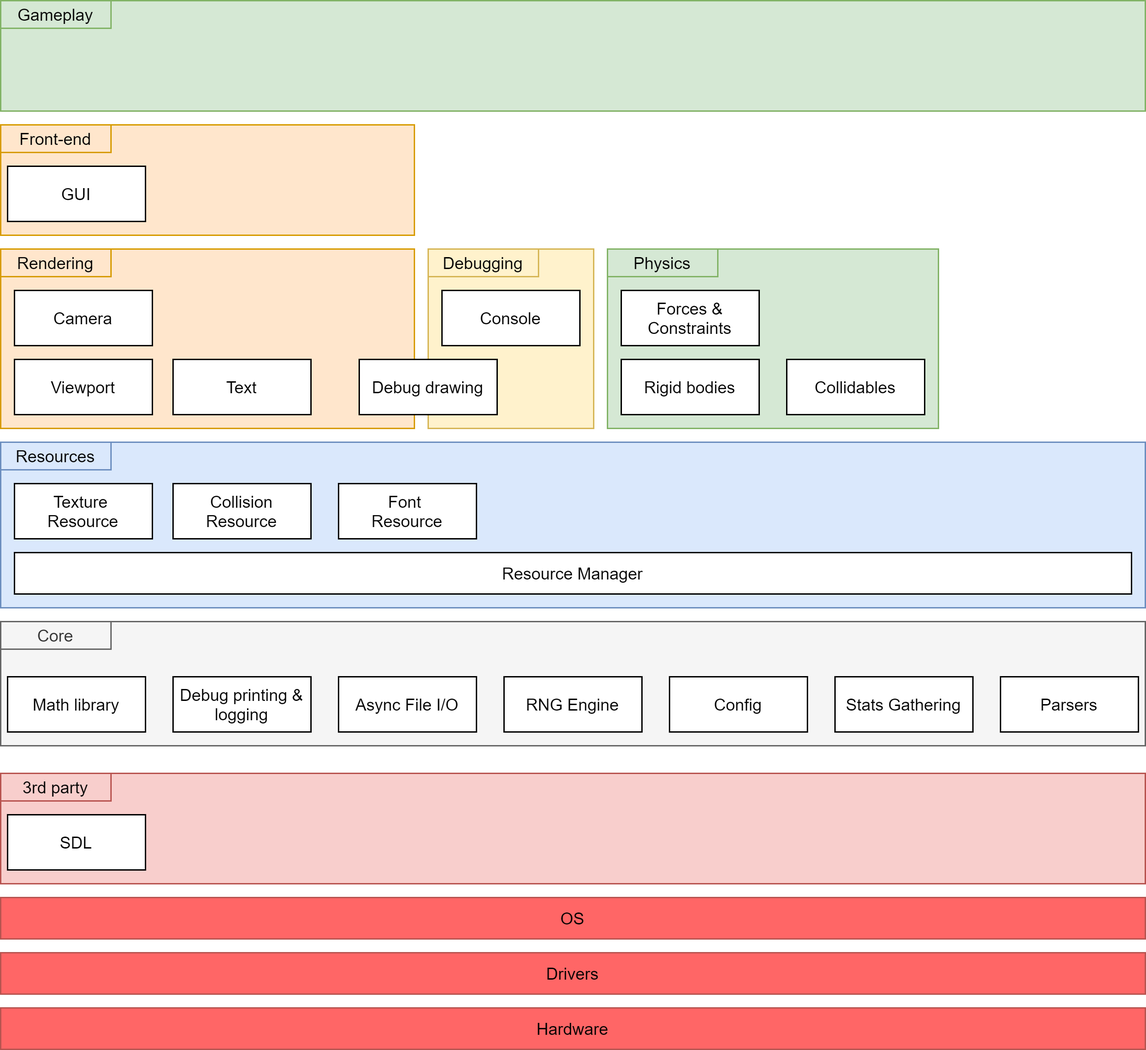
Ursanon/Bloodstone keeps this draw.io diagram as docs/bloodstone.png. Above is the earlier version. Source tidied: cells renumbered, new cells last; positions are measured from the earlier drawing's top-left corner, leaving out a move shared by most shapes.
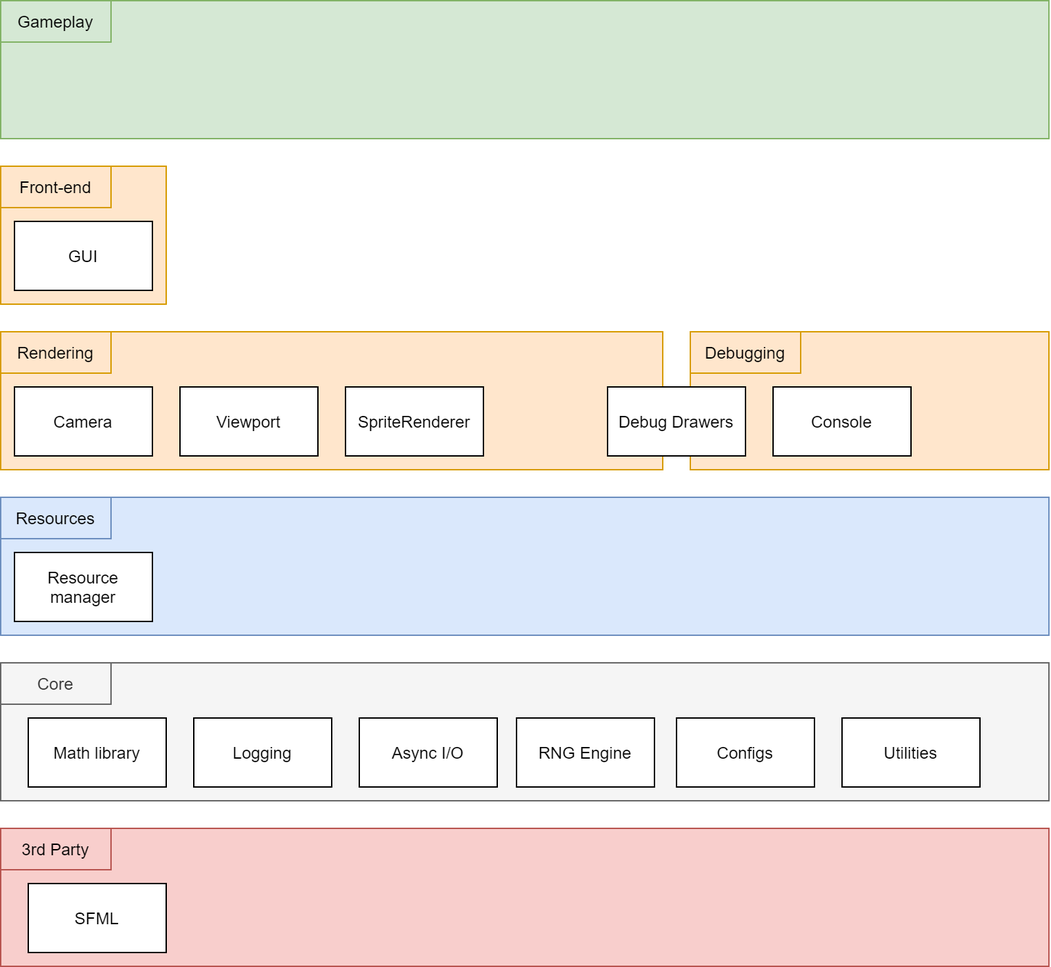
The same file after the commit.

What changed in the source:
```diff
@@ -2,125 +2,89 @@
   <root>
     <mxCell id="0" />
     <mxCell id="1" parent="0" />
-    <mxCell id="2" style="rounded=0;whiteSpace=wrap;html=1;fillColor=#f5f5f5;strokeColor=#666666;fontColor=#333333;" parent="1" vertex="1">
-      <mxGeometry y="450" width="830" height="90" as="geometry" />
+    <mxCell id="2" style="rounded=0;whiteSpace=wrap;html=1;fillColor=#d5e8d4;strokeColor=#82b366;" parent="1" vertex="1">
+      <mxGeometry x="30" y="350" width="760" height="100" as="geometry" />
     </mxCell>
-    <mxCell id="3" value="Math library" style="rounded=0;whiteSpace=wrap;html=1;" parent="1" vertex="1">
-      <mxGeometry x="5" y="490" width="100" height="40" as="geometry" />
+    <mxCell id="3" value="Gameplay" style="rounded=0;whiteSpace=wrap;html=1;fillColor=#d5e8d4;strokeColor=#82b366;" parent="1" vertex="1">
+      <mxGeometry x="30" y="350" width="80" height="30" as="geometry" />
     </mxCell>
-    <mxCell id="4" value="Debug printing &amp;amp; logging" style="rounded=0;whiteSpace=wrap;html=1;" parent="1" vertex="1">
-      <mxGeometry x="125" y="490" width="100" height="40" as="geometry" />
+    <mxCell id="4" style="rounded=0;whiteSpace=wrap;html=1;fillColor=#f5f5f5;strokeColor=#666666;fontColor=#333333;" parent="1" vertex="1">
+      <mxGeometry x="30" y="830" width="760" height="100" as="geometry" />
     </mxCell>
-    <mxCell id="5" value="Async File I/O" style="rounded=0;whiteSpace=wrap;html=1;" parent="1" vertex="1">
-      <mxGeometry x="245" y="490" width="100" height="40" as="geometry" />
+    <mxCell id="5" value="Core" style="rounded=0;whiteSpace=wrap;html=1;fillColor=#f5f5f5;strokeColor=#666666;fontColor=#333333;" parent="1" vertex="1">
+      <mxGeometry x="30" y="830" width="80" height="30" as="geometry" />
     </mxCell>
-    <mxCell id="6" value="RNG Engine" style="rounded=0;whiteSpace=wrap;html=1;" parent="1" vertex="1">
-      <mxGeometry x="365" y="490" width="100" height="40" as="geometry" />
+    <mxCell id="6" style="rounded=0;whiteSpace=wrap;html=1;fillColor=#f8cecc;strokeColor=#b85450;" parent="1" vertex="1">
+      <mxGeometry x="30" y="950" width="760" height="100" as="geometry" />
     </mxCell>
-    <mxCell id="7" value="Config" style="rounded=0;whiteSpace=wrap;html=1;" parent="1" vertex="1">
-      <mxGeometry x="485" y="490" width="100" height="40" as="geometry" />
+    <mxCell id="7" value="3rd Party" style="rounded=0;whiteSpace=wrap;html=1;fillColor=#f8cecc;strokeColor=#b85450;" parent="1" vertex="1">
+      <mxGeometry x="30" y="950" width="80" height="30" as="geometry" />
     </mxCell>
-    <mxCell id="8" value="Parsers" style="rounded=0;whiteSpace=wrap;html=1;" parent="1" vertex="1">
-      <mxGeometry x="725" y="490" width="100" height="40" as="geometry" />
+    <mxCell id="8" value="SFML" style="rounded=0;whiteSpace=wrap;html=1;" parent="1" vertex="1">
+      <mxGeometry x="50" y="990" width="100" height="50" as="geometry" />
     </mxCell>
-    <mxCell id="9" value="Stats Gathering" style="rounded=0;whiteSpace=wrap;html=1;" parent="1" vertex="1">
-      <mxGeometry x="605" y="490" width="100" height="40" as="geometry" />
+    <mxCell id="9" value="Math library" style="rounded=0;whiteSpace=wrap;html=1;" parent="1" vertex="1">
+      <mxGeometry x="50" y="870" width="100" height="50" as="geometry" />
     </mxCell>
-    <mxCell id="10" value="Core" style="rounded=0;whiteSpace=wrap;html=1;fillColor=#f5f5f5;strokeColor=#666666;fontColor=#333333;" parent="1" vertex="1">
-      <mxGeometry y="450" width="80" height="20" as="geometry" />
+    <mxCell id="10" value="Logging" style="rounded=0;whiteSpace=wrap;html=1;" parent="1" vertex="1">
+      <mxGeometry x="170" y="870" width="100" height="50" as="geometry" />
     </mxCell>
-    <mxCell id="11" style="rounded=0;whiteSpace=wrap;html=1;fillColor=#f8cecc;strokeColor=#b85450;" parent="1" vertex="1">
-      <mxGeometry y="560" width="830" height="80" as="geometry" />
+    <mxCell id="11" value="Async I/O" style="rounded=0;whiteSpace=wrap;html=1;" parent="1" vertex="1">
+      <mxGeometry x="290" y="870" width="100" height="50" as="geometry" />
     </mxCell>
-    <mxCell id="12" value="3rd party" style="rounded=0;whiteSpace=wrap;html=1;fillColor=#f8cecc;strokeColor=#b85450;" parent="1" vertex="1">
-      <mxGeometry y="560" width="80" height="20" as="geometry" />
+    <mxCell id="12" value="RNG Engine" style="rounded=0;whiteSpace=wrap;html=1;" parent="1" vertex="1">
+      <mxGeometry x="404" y="870" width="100" height="50" as="geometry" />
     </mxCell>
-    <mxCell id="13" value="SDL" style="rounded=0;whiteSpace=wrap;html=1;" parent="1" vertex="1">
-      <mxGeometry x="5" y="590" width="100" height="40" as="geometry" />
+    <mxCell id="13" value="Configs" style="rounded=0;whiteSpace=wrap;html=1;" parent="1" vertex="1">
+      <mxGeometry x="520" y="870" width="100" height="50" as="geometry" />
     </mxCell>
-    <mxCell id="14" value="OS" style="rounded=0;whiteSpace=wrap;html=1;fillColor=#FF6666;strokeColor=#b85450;" parent="1" vertex="1">
-      <mxGeometry y="650" width="830" height="30" as="geometry" />
+    <mxCell id="14" value="Utilities" style="rounded=0;whiteSpace=wrap;html=1;" parent="1" vertex="1">
+      <mxGeometry x="640" y="870" width="100" height="50" as="geometry" />
     </mxCell>
-    <mxCell id="15" value="Drivers" style="rounded=0;whiteSpace=wrap;html=1;fillColor=#FF6666;strokeColor=#b85450;" parent="1" vertex="1">
-      <mxGeometry y="690" width="830" height="30" as="geometry" />
+    <mxCell id="15" style="rounded=0;whiteSpace=wrap;html=1;fillColor=#dae8fc;strokeColor=#6c8ebf;" parent="1" vertex="1">
+      <mxGeometry x="30" y="710" width="760" height="100" as="geometry" />
     </mxCell>
-    <mxCell id="16" value="Hardware" style="rounded=0;whiteSpace=wrap;html=1;fillColor=#FF6666;strokeColor=#b85450;" parent="1" vertex="1">
-      <mxGeometry y="730" width="830" height="30" as="geometry" />
+    <mxCell id="16" value="Resources" style="rounded=0;whiteSpace=wrap;html=1;fillColor=#dae8fc;strokeColor=#6c8ebf;" parent="1" vertex="1">
+      <mxGeometry x="30" y="710" width="80" height="30" as="geometry" />
     </mxCell>
-    <mxCell id="17" style="rounded=0;whiteSpace=wrap;html=1;fillColor=#dae8fc;strokeColor=#6c8ebf;" parent="1" vertex="1">
-      <mxGeometry y="320" width="830" height="120" as="geometry" />
+    <mxCell id="17" value="Resource manager" style="rounded=0;whiteSpace=wrap;html=1;" parent="1" vertex="1">
+      <mxGeometry x="40" y="750" width="100" height="50" as="geometry" />
     </mxCell>
-    <mxCell id="18" value="Resources" style="rounded=0;whiteSpace=wrap;html=1;fillColor=#dae8fc;strokeColor=#6c8ebf;" parent="1" vertex="1">
-      <mxGeometry y="320" width="80" height="20" as="geometry" />
+    <mxCell id="18" style="rounded=0;whiteSpace=wrap;html=1;fillColor=#ffe6cc;strokeColor=#d79b00;" parent="1" vertex="1">
+      <mxGeometry x="30" y="590" width="480" height="100" as="geometry" />
     </mxCell>
-    <mxCell id="19" value="Resource Manager" style="rounded=0;whiteSpace=wrap;html=1;" parent="1" vertex="1">
-      <mxGeometry x="10" y="400" width="810" height="30" as="geometry" />
+    <mxCell id="19" value="Rendering" style="rounded=0;whiteSpace=wrap;html=1;fillColor=#ffe6cc;strokeColor=#d79b00;" parent="1" vertex="1">
+      <mxGeometry x="30" y="590" width="80" height="30" as="geometry" />
     </mxCell>
-    <mxCell id="20" value="Texture &lt;br&gt;Resource" style="rounded=0;whiteSpace=wrap;html=1;" parent="1" vertex="1">
-      <mxGeometry x="10" y="350" width="100" height="40" as="geometry" />
+    <mxCell id="20" value="Camera" style="rounded=0;whiteSpace=wrap;html=1;" parent="1" vertex="1">
+      <mxGeometry x="40" y="630" width="100" height="50" as="geometry" />
     </mxCell>
-    <mxCell id="21" value="Collision Resource" style="rounded=0;whiteSpace=wrap;html=1;" parent="1" vertex="1">
-      <mxGeometry x="125" y="350" width="100" height="40" as="geometry" />
+    <mxCell id="21" value="Viewport" style="rounded=0;whiteSpace=wrap;html=1;" parent="1" vertex="1">
+      <mxGeometry x="160" y="630" width="100" height="50" as="geometry" />
     </mxCell>
-    <mxCell id="22" value="Font &lt;br&gt;Resource" style="rounded=0;whiteSpace=wrap;html=1;" parent="1" vertex="1">
-      <mxGeometry x="245" y="350" width="100" height="40" as="geometry" />
+    <mxCell id="22" style="rounded=0;whiteSpace=wrap;html=1;fillColor=#ffe6cc;strokeColor=#d79b00;" parent="1" vertex="1">
+      <mxGeometry x="530" y="590" width="260" height="100" as="geometry" />
     </mxCell>
-    <mxCell id="23" style="rounded=0;whiteSpace=wrap;html=1;fillColor=#ffe6cc;strokeColor=#d79b00;" parent="1" vertex="1">
-      <mxGeometry y="180" width="300" height="130" as="geometry" />
+    <mxCell id="23" value="Debugging" style="rounded=0;whiteSpace=wrap;html=1;fillColor=#ffe6cc;strokeColor=#d79b00;" parent="1" vertex="1">
+      <mxGeometry x="530" y="590" width="80" height="30" as="geometry" />
     </mxCell>
-    <mxCell id="24" value="Rendering" style="rounded=0;whiteSpace=wrap;html=1;fillColor=#ffe6cc;strokeColor=#d79b00;" parent="1" vertex="1">
-      <mxGeometry y="180" width="80" height="20" as="geometry" />
+    <mxCell id="24" value="SpriteRenderer" style="rounded=0;whiteSpace=wrap;html=1;" parent="1" vertex="1">
+      <mxGeometry x="280" y="630" width="100" height="50" as="geometry" />
     </mxCell>
-    <mxCell id="25" style="rounded=0;whiteSpace=wrap;html=1;fillColor=#fff2cc;strokeColor=#d6b656;" parent="1" vertex="1">
-      <mxGeometry x="310" y="180" width="120" height="130" as="geometry" />
+    <mxCell id="25" value="Debug Drawers" style="rounded=0;whiteSpace=wrap;html=1;" parent="1" vertex="1">
+      <mxGeometry x="470" y="630" width="100" height="50" as="geometry" />
     </mxCell>
-    <mxCell id="26" style="rounded=0;whiteSpace=wrap;html=1;fillColor=#d5e8d4;strokeColor=#82b366;" parent="1" vertex="1">
-      <mxGeometry x="440" y="180" width="240" height="130" as="geometry" />
+    <mxCell id="26" value="Console" style="rounded=0;whiteSpace=wrap;html=1;" parent="1" vertex="1">
+      <mxGeometry x="590" y="630" width="100" height="50" as="geometry" />
     </mxCell>
-    <mxCell id="27" value="Debugging" style="rounded=0;whiteSpace=wrap;html=1;fillColor=#fff2cc;strokeColor=#d6b656;" parent="1" vertex="1">
-      <mxGeometry x="310" y="180" width="80" height="20" as="geometry" />
+    <mxCell id="27" style="rounded=0;whiteSpace=wrap;html=1;fillColor=#ffe6cc;strokeColor=#d79b00;" parent="1" vertex="1">
+      <mxGeometry x="30" y="470" width="120" height="100" as="geometry" />
     </mxCell>
-    <mxCell id="28" value="Physics" style="rounded=0;whiteSpace=wrap;html=1;fillColor=#d5e8d4;strokeColor=#82b366;" parent="1" vertex="1">
-      <mxGeometry x="440" y="180" width="80" height="20" as="geometry" />
+    <mxCell id="28" value="Front-end" style="rounded=0;whiteSpace=wrap;html=1;fillColor=#ffe6cc;strokeColor=#d79b00;" parent="1" vertex="1">
+      <mxGeometry x="30" y="470" width="80" height="30" as="geometry" />
     </mxCell>
-    <mxCell id="29" value="Camera" style="rounded=0;whiteSpace=wrap;html=1;" parent="1" vertex="1">
-      <mxGeometry x="10" y="210" width="100" height="40" as="geometry" />
+    <mxCell id="29" value="GUI" style="rounded=0;whiteSpace=wrap;html=1;" parent="1" vertex="1">
+      <mxGeometry x="40" y="510" width="100" height="50" as="geometry" />
     </mxCell>
-    <mxCell id="30" value="Viewport" style="rounded=0;whiteSpace=wrap;html=1;" parent="1" vertex="1">
-      <mxGeometry x="10" y="260" width="100" height="40" as="geometry" />
-    </mxCell>
-    <mxCell id="31" value="Debug drawing" style="rounded=0;whiteSpace=wrap;html=1;" parent="1" vertex="1">
-      <mxGeometry x="260" y="260" width="100" height="40" as="geometry" />
-    </mxCell>
-    <mxCell id="32" value="Console" style="rounded=0;whiteSpace=wrap;html=1;" parent="1" vertex="1">
-      <mxGeometry x="320" y="210" width="100" height="40" as="geometry" />
-    </mxCell>
-    <mxCell id="33" value="Text" style="rounded=0;whiteSpace=wrap;html=1;" parent="1" vertex="1">
-      <mxGeometry x="125" y="260" width="100" height="40" as="geometry" />
-    </mxCell>
-    <mxCell id="34" style="rounded=0;whiteSpace=wrap;html=1;fillColor=#ffe6cc;strokeColor=#d79b00;" parent="1" vertex="1">
-      <mxGeometry y="90" width="300" height="80" as="geometry" />
-    </mxCell>
-    <mxCell id="35" value="Front-end" style="rounded=0;whiteSpace=wrap;html=1;fillColor=#ffe6cc;strokeColor=#d79b00;" parent="1" vertex="1">
-      <mxGeometry y="90" width="80" height="20" as="geometry" />
-    </mxCell>
-    <mxCell id="36" value="GUI" style="rounded=0;whiteSpace=wrap;html=1;" parent="1" vertex="1">
-      <mxGeometry x="5" y="120" width="100" height="40" as="geometry" />
-    </mxCell>
-    <mxCell id="37" style="rounded=0;whiteSpace=wrap;html=1;fillColor=#d5e8d4;strokeColor=#82b366;" parent="1" vertex="1">
-      <mxGeometry width="830" height="80" as="geometry" />
-    </mxCell>
-    <mxCell id="38" value="Gameplay" style="rounded=0;whiteSpace=wrap;html=1;fillColor=#d5e8d4;strokeColor=#82b366;" parent="1" vertex="1">
-      <mxGeometry width="80" height="20" as="geometry" />
-    </mxCell>
-    <mxCell id="39" value="Forces &amp;amp; Constraints" style="rounded=0;whiteSpace=wrap;html=1;" parent="1" vertex="1">
-      <mxGeometry x="450" y="210" width="100" height="40" as="geometry" />
-    </mxCell>
-    <mxCell id="40" value="Rigid bodies" style="rounded=0;whiteSpace=wrap;html=1;" parent="1" vertex="1">
-      <mxGeometry x="450" y="260" width="100" height="40" as="geometry" />
-    </mxCell>
-    <mxCell id="41" value="Collidables" style="rounded=0;whiteSpace=wrap;html=1;" parent="1" vertex="1">
-      <mxGeometry x="570" y="260" width="100" height="40" as="geometry" />
-    </mxCell>
   </root>
 </mxGraphModel>
```
